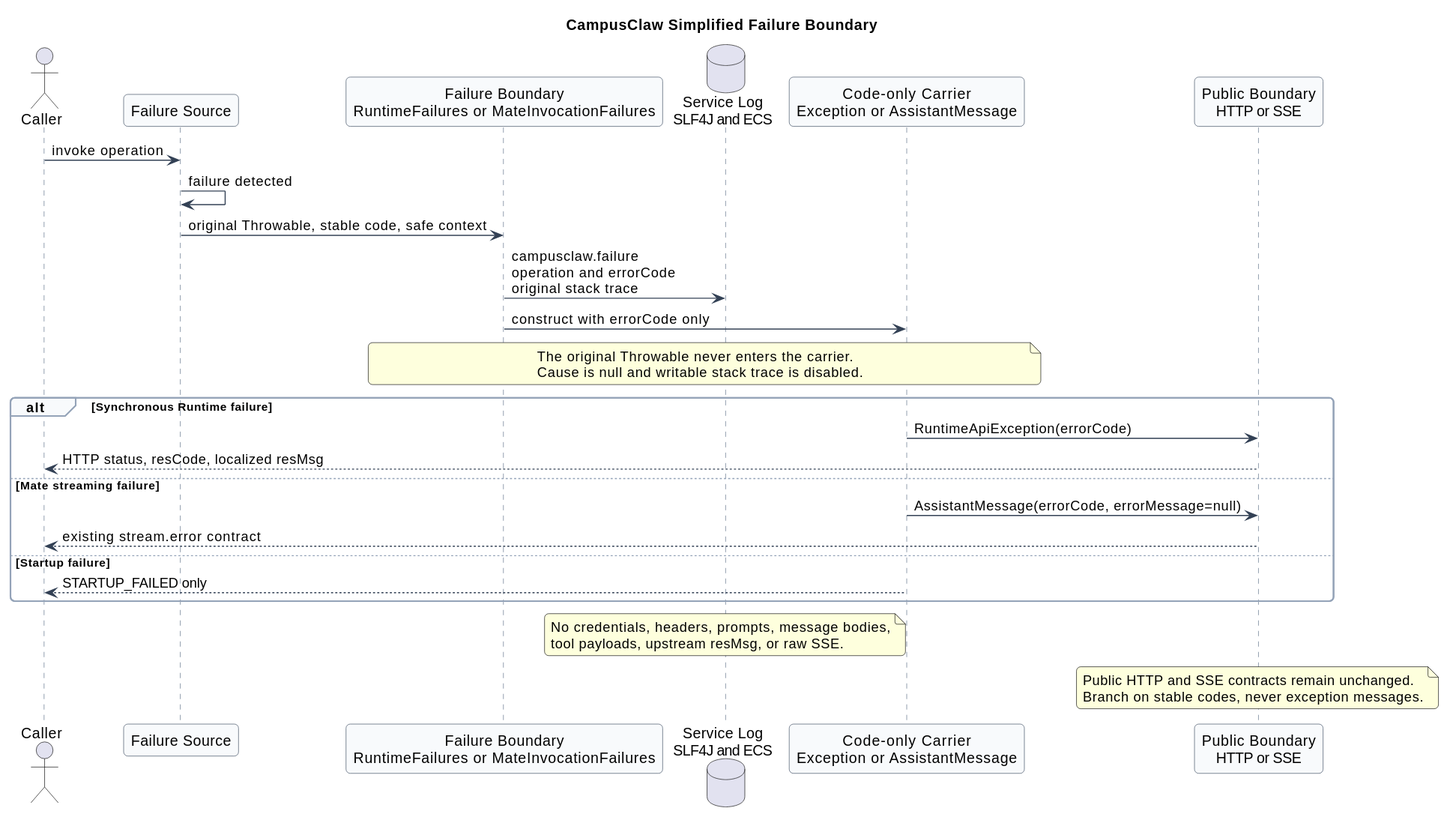
Above: campusclaw-invocation-logging/campusclaw_failure_boundary.svg in ssm0808/pi-mono-java-design (PlantUML), before the change.
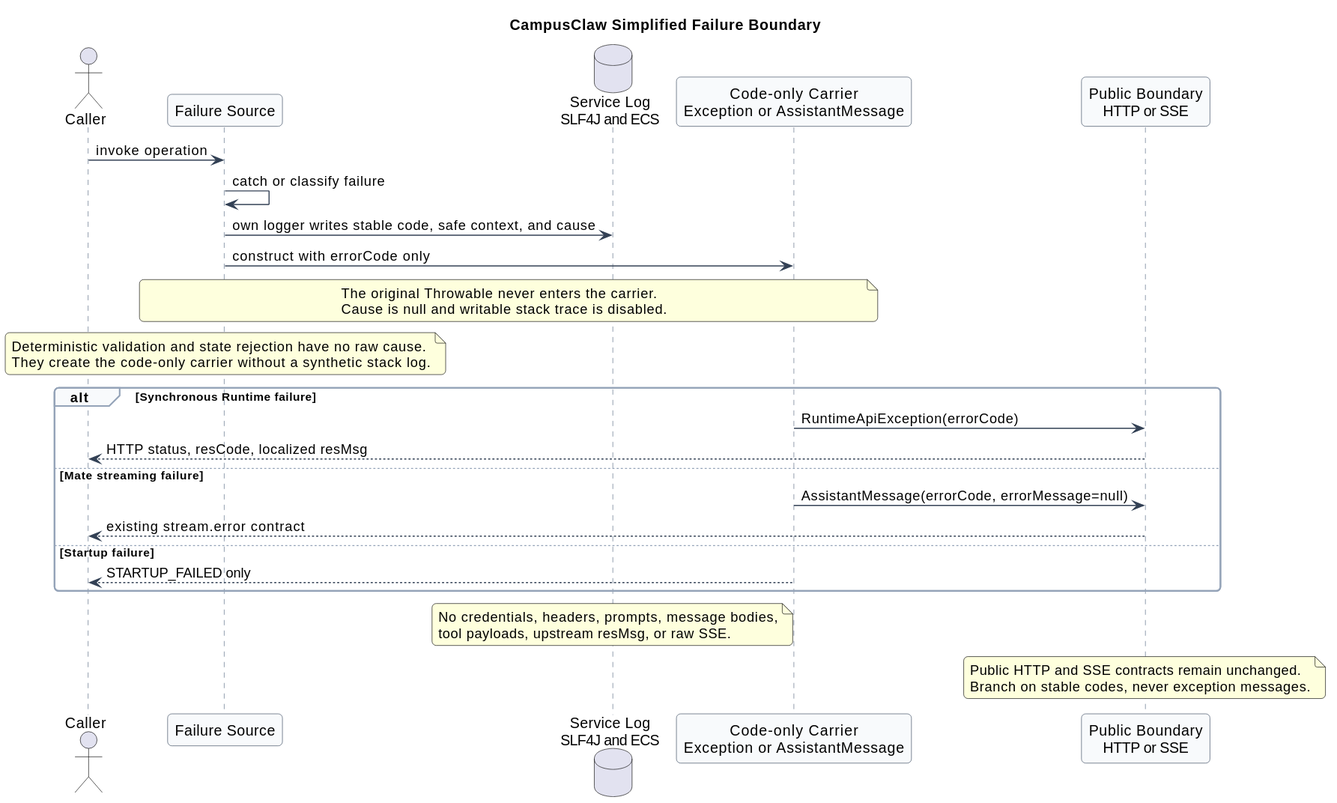
Later version of the same file.

What changed in the source:
```diff
@@ -16,20 +16,23 @@
 
 actor Caller
 participant "Failure Source" as Source
-participant "Failure Boundary\nRuntimeFailures or MateInvocationFailures" as Boundary
 database "Service Log\nSLF4J and ECS" as Log
 participant "Code-only Carrier\nException or AssistantMessage" as Carrier
 participant "Public Boundary\nHTTP or SSE" as Public
 
 Caller -> Source : invoke operation
-Source -> Source : failure detected
-Source -> Boundary : original Throwable, stable code, safe context
-Boundary -> Log : campusclaw.failure\noperation and errorCode\noriginal stack trace
-Boundary -> Carrier : construct with errorCode only
+Source -> Source : catch or classify failure
+Source -> Log : own logger writes stable code, safe context, and cause
+Source -> Carrier : construct with errorCode only
 
-note over Boundary, Carrier
+note over Source, Carrier
 The original Throwable never enters the carrier.
 Cause is null and writable stack trace is disabled.
+end note
+
+note over Source
+Deterministic validation and state rejection have no raw cause.
+They create the code-only carrier without a synthetic stack log.
 end note
 
 alt Synchronous Runtime failure
```
